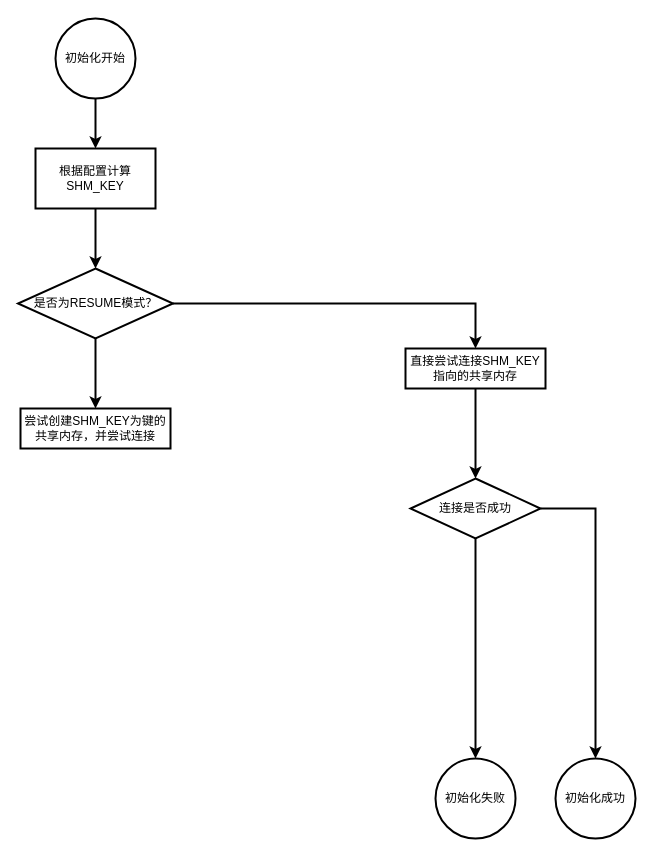
The draw.io diagram LCT.drawio in FAKERINHEART/draw_folder, before the edit. Source tidied: cells renumbered, new cells numbered last; positions are measured from the earlier drawing's top-left corner, leaving out a move shared by most shapes. Both pictures are drawn from the tidied source at 100%, with x=0, y=0 at pixel (17, 18).
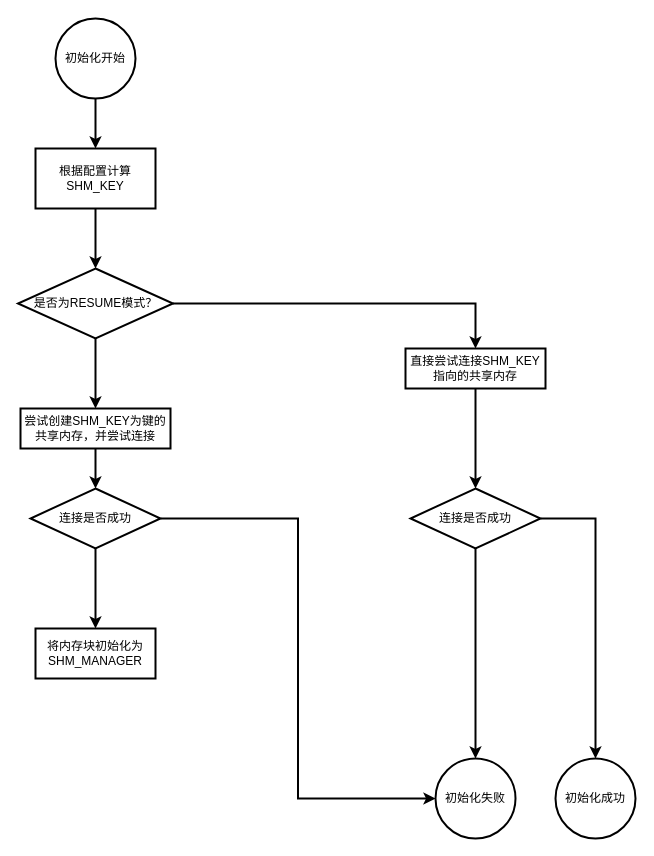
The same diagram, later.

The change refers to these unchanged cells:
```xml
<mxCell id="15" value="初始化失败" style="ellipse;whiteSpace=wrap;html=1;strokeWidth=2;align=center;" parent="1" vertex="1">
  <mxGeometry x="418" y="740" width="80" height="80" as="geometry" />
</mxCell>
<mxCell id="16" value="尝试创建SHM_KEY为键的共享内存，并尝试连接" style="rounded=0;whiteSpace=wrap;html=1;strokeWidth=2;align=center;" parent="1" vertex="1">
  <mxGeometry x="3" y="390" width="150" height="40" as="geometry" />
</mxCell>
```

Diff of the diagram source:
```diff
@@
     <mxCell id="14" value="连接是否成功" style="rhombus;whiteSpace=wrap;html=1;strokeWidth=2;align=center;" parent="1" vertex="1">
-      <mxGeometry x="393" y="460" width="130" height="60" as="geometry" />
+      <mxGeometry x="393" y="470" width="130" height="60" as="geometry" />
     </mxCell>
@@
+    <mxCell id="17" style="edgeStyle=orthogonalEdgeStyle;rounded=0;jettySize=auto;html=1;exitX=0.5;exitY=1;exitDx=0;exitDy=0;entryX=0.5;entryY=0;entryDx=0;entryDy=0;strokeWidth=2;" parent="1" edge="1" source="16" target="20">
+      <mxGeometry relative="1" as="geometry" />
+    </mxCell>
@@
+    <mxCell id="18" style="edgeStyle=orthogonalEdgeStyle;rounded=0;jettySize=auto;html=1;exitX=1;exitY=0.5;exitDx=0;exitDy=0;entryX=0;entryY=0.5;entryDx=0;entryDy=0;strokeWidth=2;" parent="1" edge="1" source="20" target="15">
+      <mxGeometry relative="1" as="geometry" />
+    </mxCell>
+    <mxCell id="19" style="edgeStyle=orthogonalEdgeStyle;rounded=0;jettySize=auto;html=1;exitX=0.5;exitY=1;exitDx=0;exitDy=0;entryX=0.5;entryY=0;entryDx=0;entryDy=0;strokeWidth=2;" parent="1" edge="1" source="20" target="21">
+      <mxGeometry relative="1" as="geometry" />
+    </mxCell>
+    <mxCell id="20" value="连接是否成功" style="rhombus;whiteSpace=wrap;html=1;strokeWidth=2;align=center;" parent="1" vertex="1">
+      <mxGeometry x="13" y="470" width="130" height="60" as="geometry" />
+    </mxCell>
+    <mxCell id="21" value="将内存块初始化为SHM_MANAGER" style="rounded=0;whiteSpace=wrap;html=1;strokeWidth=2;align=center;" parent="1" vertex="1">
+      <mxGeometry x="18" y="610" width="120" height="50" as="geometry" />
+    </mxCell>
```
